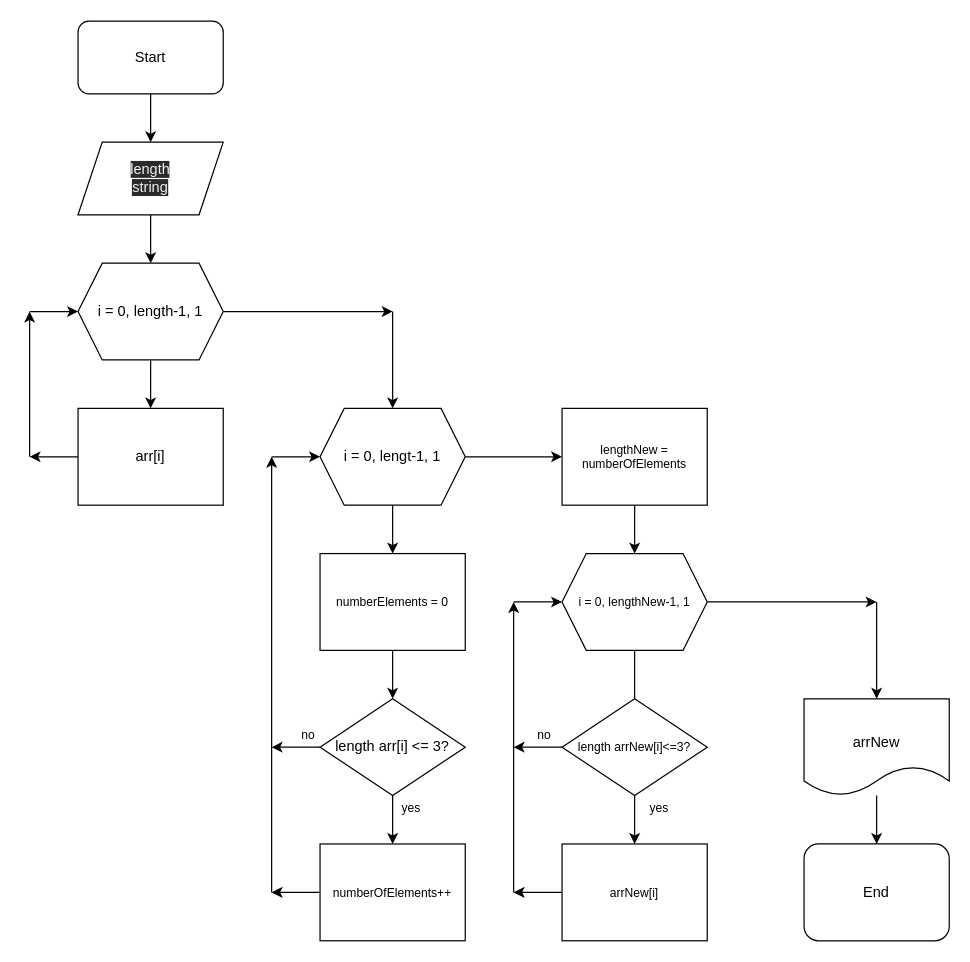
sergetyum/Final-Check-Work keeps this draw.io diagram as Block_Diagram.drawio. Above is the earlier version. Source tidied: cells renumbered, new cells numbered last; positions are measured from the earlier drawing's top-left corner, leaving out a move shared by most shapes. Both pictures are drawn from the tidied source at 121%, with x=0, y=0 at pixel (29, 21).
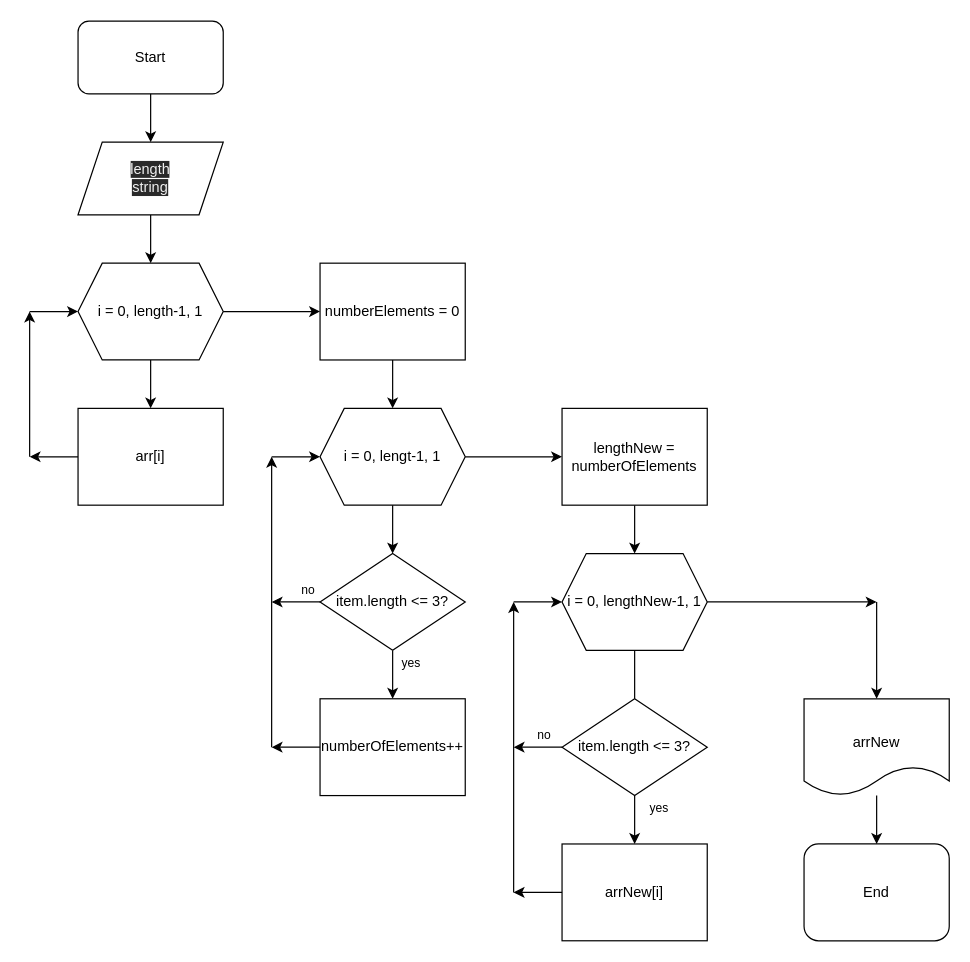
After the change.

Commit message:
:блок-схема

Unchanged cells that the change refers to:
```xml
<mxCell id="10" value="i = 0, length-1, 1" style="shape=hexagon;perimeter=hexagonPerimeter2;whiteSpace=wrap;html=1;fixedSize=1;" parent="1" vertex="1">
  <mxGeometry x="40" y="200" width="120" height="80" as="geometry" />
</mxCell>
<mxCell id="18" value="i = 0, lengt-1, 1" style="shape=hexagon;perimeter=hexagonPerimeter2;whiteSpace=wrap;html=1;fixedSize=1;" parent="1" vertex="1">
  <mxGeometry x="240" y="320" width="120" height="80" as="geometry" />
</mxCell>
```

Diff of the diagram source:
```diff
@@
-    <mxCell id="16" value="length arr[i] &amp;lt;= 3?" style="rhombus;whiteSpace=wrap;html=1;" parent="1" vertex="1">
-      <mxGeometry x="240" y="560" width="120" height="80" as="geometry" />
+    <mxCell id="16" value="item.length &amp;lt;= 3?" style="rhombus;whiteSpace=wrap;html=1;" parent="1" vertex="1">
+      <mxGeometry x="240" y="440" width="120" height="80" as="geometry" />
     </mxCell>
@@
-    <mxCell id="19" value="numberOfElements++" style="rounded=0;whiteSpace=wrap;html=1;fontSize=10;" parent="1" vertex="1">
-      <mxGeometry x="240" y="680" width="120" height="80" as="geometry" />
+    <mxCell id="19" value="&lt;font style=&quot;font-size: 12px&quot;&gt;numberOfElements++&lt;/font&gt;" style="rounded=0;whiteSpace=wrap;html=1;fontSize=10;" parent="1" vertex="1">
+      <mxGeometry x="240" y="560" width="120" height="80" as="geometry" />
     </mxCell>
     <mxCell id="20" style="endArrow=classic;html=1;fontSize=10;exitX=0;exitY=0.5;exitDx=0;exitDy=0;" parent="1" edge="1" source="19">
       <mxGeometry relative="1" as="geometry">
-        <mxPoint x="200" y="720" as="targetPoint" />
+        <mxPoint x="200" y="600" as="targetPoint" />
       </mxGeometry>
     </mxCell>
     <mxCell id="21" style="endArrow=classic;html=1;fontSize=10;exitX=0;exitY=0.5;exitDx=0;exitDy=0;" parent="1" edge="1" source="16">
       <mxGeometry relative="1" as="geometry">
-        <mxPoint x="200" y="600" as="targetPoint" />
+        <mxPoint x="200" y="480" as="targetPoint" />
       </mxGeometry>
     </mxCell>
     <mxCell id="22" style="endArrow=classic;html=1;fontSize=10;" parent="1" edge="1">
       <mxGeometry relative="1" as="geometry">
-        <mxPoint x="200" y="720" as="sourcePoint" />
+        <mxPoint x="200" y="600" as="sourcePoint" />
         <mxPoint x="200" y="360" as="targetPoint" />
       </mxGeometry>
     </mxCell>
@@
     <mxCell id="24" style="endArrow=classic;html=1;fontSize=10;exitX=1;exitY=0.5;exitDx=0;exitDy=0;" parent="1" edge="1" source="10">
       <mxGeometry relative="1" as="geometry">
-        <mxPoint x="300" y="240" as="targetPoint" />
+        <mxPoint x="240" y="240" as="targetPoint" />
       </mxGeometry>
     </mxCell>
     <mxCell id="25" style="endArrow=classic;html=1;fontSize=10;entryX=0.5;entryY=0;entryDx=0;entryDy=0;" parent="1" edge="1" target="18">
       <mxGeometry relative="1" as="geometry">
-        <mxPoint x="300" y="240" as="sourcePoint" />
+        <mxPoint x="300" y="280" as="sourcePoint" />
       </mxGeometry>
     </mxCell>
-    <mxCell id="26" style="endArrow=classic;html=1;fontSize=10;exitX=0.5;exitY=1;exitDx=0;exitDy=0;entryX=0.5;entryY=0;entryDx=0;entryDy=0;" parent="1" edge="1" source="18" target="42">
-      <mxGeometry relative="1" as="geometry" />
-    </mxCell>
@@
-    <mxCell id="28" value="i = 0, lengthNew-1, 1" style="shape=hexagon;perimeter=hexagonPerimeter2;whiteSpace=wrap;html=1;fixedSize=1;fontSize=10;" parent="1" vertex="1">
+    <mxCell id="28" value="&lt;font style=&quot;font-size: 12px&quot;&gt;i = 0, lengthNew-1, 1&lt;/font&gt;" style="shape=hexagon;perimeter=hexagonPerimeter2;whiteSpace=wrap;html=1;fixedSize=1;fontSize=10;" parent="1" vertex="1">
       <mxGeometry x="440" y="440" width="120" height="80" as="geometry" />
     </mxCell>
@@
-    <mxCell id="30" value="arrNew[i]" style="rounded=0;whiteSpace=wrap;html=1;fontSize=10;" parent="1" vertex="1">
+    <mxCell id="30" value="&lt;font style=&quot;font-size: 12px&quot;&gt;arrNew[i]&lt;/font&gt;" style="rounded=0;whiteSpace=wrap;html=1;fontSize=10;" parent="1" vertex="1">
       <mxGeometry x="440" y="680" width="120" height="80" as="geometry" />
     </mxCell>
@@
-    <mxCell id="34" value="length arrNew[i]&amp;lt;=3?" style="rhombus;whiteSpace=wrap;html=1;fontSize=10;" parent="1" vertex="1">
+    <mxCell id="34" value="&lt;font style=&quot;font-size: 12px&quot;&gt;item.length &amp;lt;= 3?&lt;/font&gt;" style="rhombus;whiteSpace=wrap;html=1;fontSize=10;" parent="1" vertex="1">
       <mxGeometry x="440" y="560" width="120" height="80" as="geometry" />
     </mxCell>
@@
     <mxCell id="39" value="yes" style="text;html=1;align=center;verticalAlign=middle;strokeColor=none;fillColor=none;fontSize=10;" parent="1" vertex="1">
-      <mxGeometry x="300" y="640" width="30" height="20" as="geometry" />
+      <mxGeometry x="300" y="520" width="30" height="20" as="geometry" />
     </mxCell>
     <mxCell id="40" value="no" style="text;html=1;align=center;verticalAlign=middle;strokeColor=none;fillColor=none;fontSize=10;" parent="1" vertex="1">
-      <mxGeometry x="215" y="580" width="30" height="20" as="geometry" />
+      <mxGeometry x="215" y="460" width="30" height="20" as="geometry" />
     </mxCell>
-    <mxCell id="41" style="edgeStyle=none;html=1;fontSize=10;" parent="1" edge="1" source="42" target="16">
-      <mxGeometry relative="1" as="geometry" />
+    <mxCell id="41" style="edgeStyle=none;html=1;fontSize=10;" parent="1" edge="1" target="16">
+      <mxGeometry relative="1" as="geometry">
+        <mxPoint x="300" y="400" as="sourcePoint" />
+      </mxGeometry>
     </mxCell>
-    <mxCell id="42" value="numberElements = 0" style="rounded=0;whiteSpace=wrap;html=1;fontSize=10;" parent="1" vertex="1">
-      <mxGeometry x="240" y="440" width="120" height="80" as="geometry" />
+    <mxCell id="42" value="&lt;font style=&quot;font-size: 12px&quot;&gt;numberElements = 0&lt;/font&gt;" style="rounded=0;whiteSpace=wrap;html=1;fontSize=10;" parent="1" vertex="1">
+      <mxGeometry x="240" y="200" width="120" height="80" as="geometry" />
     </mxCell>
@@
-    <mxCell id="44" value="lengthNew = numberOfElements" style="rounded=0;whiteSpace=wrap;html=1;fontSize=10;" parent="1" vertex="1">
+    <mxCell id="44" value="&lt;font style=&quot;font-size: 12px&quot;&gt;lengthNew = numberOfElements&lt;/font&gt;" style="rounded=0;whiteSpace=wrap;html=1;fontSize=10;" parent="1" vertex="1">
       <mxGeometry x="440" y="320" width="120" height="80" as="geometry" />
     </mxCell>
```
